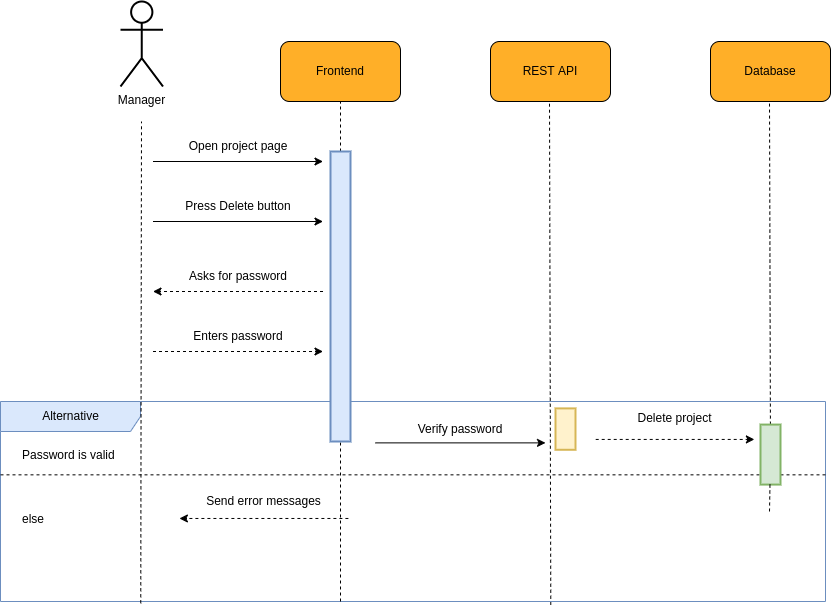
The draw.io diagram diagrams/sequence/seq-12.png in usman1100/fyp-documentation, before a commit. Source tidied: cells renumbered, new cells last; positions are measured from the earlier drawing's top-left corner, leaving out a move shared by most shapes.
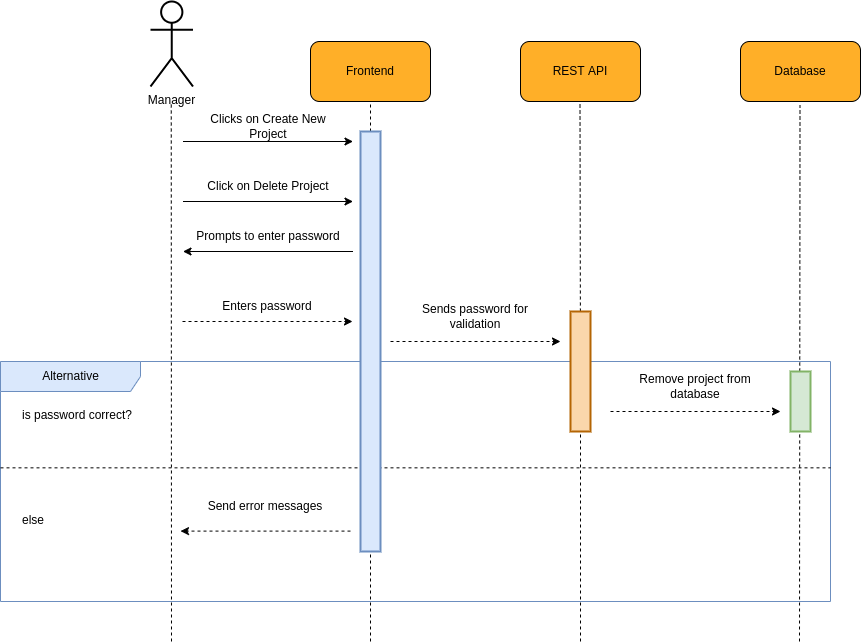
Later version of the same file.

The edit, as a diff of the source:
```diff
@@ -2,143 +2,145 @@
   <root>
     <mxCell id="0" />
     <mxCell id="1" parent="0" />
-    <mxCell id="2" style="endArrow=none;dashed=1;html=1;rounded=0;jumpSize=6;strokeWidth=1;startArrow=none;fontSize=12;exitX=0.667;exitY=1.016;exitDx=0;exitDy=0;exitPerimeter=0;" parent="1" edge="1" source="3">
-      <mxGeometry relative="1" as="geometry">
-        <mxPoint x="549" y="100" as="targetPoint" />
-      </mxGeometry>
-    </mxCell>
     <mxCell id="3" value="Alternative" style="shape=umlFrame;tabWidth=110;tabHeight=30;tabPosition=left;html=1;boundedLbl=1;labelInHeader=1;width=140;height=30;fillColor=#dae8fc;fontSize=12;strokeWidth=1;strokeColor=#6c8ebf;" parent="1" vertex="1">
-      <mxGeometry y="400" width="825" height="200" as="geometry" />
+      <mxGeometry x="-150" y="120" width="830" height="240" as="geometry" />
     </mxCell>
-    <mxCell id="4" value="Password is valid" style="text;fillColor=none;fontSize=12;" parent="3" vertex="1">
-      <mxGeometry width="100" height="20" relative="1" as="geometry">
-        <mxPoint x="20" y="40" as="offset" />
-      </mxGeometry>
-    </mxCell>
+    <mxCell id="37" value="is password correct?" style="text;fillColor=none;fontSize=12;" parent="3" vertex="1">
+      <mxGeometry width="100" height="20" relative="1" as="geometry">
+        <mxPoint x="20" y="40" as="offset" />
+      </mxGeometry>
+    </mxCell>
     <mxCell id="5" value="else" style="line;strokeWidth=1;dashed=1;labelPosition=center;verticalLabelPosition=bottom;align=left;verticalAlign=top;spacingLeft=20;spacingTop=15;fillColor=none;fontSize=12;" parent="3" vertex="1">
-      <mxGeometry y="57.3" width="825" height="32.1" as="geometry" />
+      <mxGeometry y="83.1" width="830" height="46.5" as="geometry" />
     </mxCell>
-    <mxCell id="6" style="endArrow=classic;html=1;rounded=0;strokeWidth=1;jumpSize=6;fontSize=12;dashed=1;" parent="3" edge="1">
-      <mxGeometry relative="1" as="geometry">
-        <mxPoint x="595.2" y="37.9" as="sourcePoint" />
-        <mxPoint x="753.9" y="37.9" as="targetPoint" />
-      </mxGeometry>
-    </mxCell>
-    <mxCell id="7" value="&lt;span style=&quot;background-color: rgb(255 , 255 , 255)&quot;&gt;Delete project&lt;/span&gt;" style="text;html=1;strokeColor=none;fillColor=none;align=center;verticalAlign=middle;whiteSpace=wrap;rounded=0;fontSize=12;" parent="3" vertex="1">
-      <mxGeometry x="600" y="6.9" width="149.1" height="20.7" as="geometry" />
-    </mxCell>
-    <mxCell id="8" style="endArrow=classic;html=1;rounded=0;strokeWidth=1;jumpSize=6;fontSize=12;dashed=1;" parent="3" edge="1">
-      <mxGeometry relative="1" as="geometry">
-        <mxPoint x="347.9" y="117" as="sourcePoint" />
-        <mxPoint x="178.9" y="117" as="targetPoint" />
-      </mxGeometry>
-    </mxCell>
+    <mxCell id="38" style="endArrow=classic;html=1;rounded=0;strokeWidth=1;jumpSize=6;fontSize=12;dashed=1;" parent="3" edge="1">
+      <mxGeometry relative="1" as="geometry">
+        <mxPoint x="610" y="50" as="sourcePoint" />
+        <mxPoint x="780" y="50" as="targetPoint" />
+      </mxGeometry>
+    </mxCell>
+    <mxCell id="39" value="&lt;span style=&quot;background-color: rgb(255 , 255 , 255)&quot;&gt;Remove project from database&lt;/span&gt;" style="text;html=1;strokeColor=none;fillColor=none;align=center;verticalAlign=middle;whiteSpace=wrap;rounded=0;fontSize=12;" parent="3" vertex="1">
+      <mxGeometry x="620" y="10" width="150" height="30" as="geometry" />
+    </mxCell>
+    <mxCell id="40" style="endArrow=classic;html=1;rounded=0;strokeWidth=1;jumpSize=6;fontSize=12;dashed=1;" parent="3" edge="1">
+      <mxGeometry relative="1" as="geometry">
+        <mxPoint x="350" y="169.6" as="sourcePoint" />
+        <mxPoint x="180" y="169.6" as="targetPoint" />
+      </mxGeometry>
+    </mxCell>
     <mxCell id="9" value="&lt;span style=&quot;background-color: rgb(255 , 255 , 255)&quot;&gt;Send error messages&lt;/span&gt;" style="text;html=1;strokeColor=none;fillColor=none;align=center;verticalAlign=middle;whiteSpace=wrap;rounded=0;fontSize=12;" parent="3" vertex="1">
-      <mxGeometry x="188.9" y="89.4" width="149.1" height="20.7" as="geometry" />
+      <mxGeometry x="190" y="129.6" width="150" height="30" as="geometry" />
     </mxCell>
-    <mxCell id="10" value="&lt;span style=&quot;background-color: rgb(255 , 255 , 255)&quot;&gt;Verify password&lt;/span&gt;" style="text;html=1;strokeColor=none;fillColor=none;align=center;verticalAlign=middle;whiteSpace=wrap;rounded=0;fontSize=12;" parent="3" vertex="1">
-      <mxGeometry x="385" y="17.2" width="150" height="20.7" as="geometry" />
-    </mxCell>
-    <mxCell id="11" style="endArrow=classic;html=1;rounded=0;strokeWidth=1;jumpSize=6;fontSize=12;" parent="3" edge="1">
-      <mxGeometry relative="1" as="geometry">
-        <mxPoint x="375" y="41.4" as="sourcePoint" />
-        <mxPoint x="545" y="41.4" as="targetPoint" />
-      </mxGeometry>
-    </mxCell>
-    <mxCell id="12" style="rounded=0;whiteSpace=wrap;html=1;fontSize=12;strokeWidth=2;fillColor=#fff2cc;strokeColor=#d6b656;" parent="3" vertex="1">
-      <mxGeometry x="555" y="6.9" width="20" height="41.4" as="geometry" />
-    </mxCell>
-    <mxCell id="13" style="group;fontSize=12;" parent="1" vertex="1">
-      <mxGeometry x="280" y="40" width="120" height="60" as="geometry" />
-    </mxCell>
-    <mxCell id="14" style="rounded=1;whiteSpace=wrap;html=1;fillColor=#FFAF28;fontSize=12;" parent="13" vertex="1">
-      <mxGeometry width="120" height="60" as="geometry" />
-    </mxCell>
+    <mxCell id="41" style="group;fontSize=12;" parent="1" vertex="1">
+      <mxGeometry x="160" y="-200" width="120" height="60" as="geometry" />
+    </mxCell>
+    <mxCell id="42" style="rounded=1;whiteSpace=wrap;html=1;fillColor=#FFAF28;fontSize=12;" parent="41" vertex="1">
+      <mxGeometry width="120" height="60" as="geometry" />
+    </mxCell>
-    <mxCell id="15" value="&lt;font style=&quot;font-size: 12px;&quot;&gt;Frontend&lt;/font&gt;" style="text;html=1;strokeColor=none;fillColor=none;align=center;verticalAlign=middle;whiteSpace=wrap;rounded=0;fontSize=12;" parent="13" vertex="1">
+    <mxCell id="15" value="&lt;font style=&quot;font-size: 12px;&quot;&gt;Frontend&lt;/font&gt;" style="text;html=1;strokeColor=none;fillColor=none;align=center;verticalAlign=middle;whiteSpace=wrap;rounded=0;fontSize=12;" parent="41" vertex="1">
       <mxGeometry x="30" y="15" width="60" height="30" as="geometry" />
     </mxCell>
-    <mxCell id="16" style="group;fontSize=12;" parent="1" vertex="1">
-      <mxGeometry x="490" y="40" width="120" height="60" as="geometry" />
-    </mxCell>
-    <mxCell id="17" style="rounded=1;whiteSpace=wrap;html=1;fillColor=#FFAF28;fontSize=12;" parent="16" vertex="1">
-      <mxGeometry width="120" height="60" as="geometry" />
-    </mxCell>
+    <mxCell id="43" style="group;fontSize=12;" parent="1" vertex="1">
+      <mxGeometry x="370" y="-200" width="120" height="60" as="geometry" />
+    </mxCell>
+    <mxCell id="44" style="rounded=1;whiteSpace=wrap;html=1;fillColor=#FFAF28;fontSize=12;" parent="43" vertex="1">
+      <mxGeometry width="120" height="60" as="geometry" />
+    </mxCell>
-    <mxCell id="18" value="&lt;font style=&quot;font-size: 12px;&quot;&gt;REST API&lt;/font&gt;" style="text;html=1;strokeColor=none;fillColor=none;align=center;verticalAlign=middle;whiteSpace=wrap;rounded=0;fontSize=12;" parent="16" vertex="1">
+    <mxCell id="18" value="&lt;font style=&quot;font-size: 12px;&quot;&gt;REST API&lt;/font&gt;" style="text;html=1;strokeColor=none;fillColor=none;align=center;verticalAlign=middle;whiteSpace=wrap;rounded=0;fontSize=12;" parent="43" vertex="1">
       <mxGeometry x="30" y="15" width="60" height="30" as="geometry" />
     </mxCell>
-    <mxCell id="19" style="endArrow=none;dashed=1;html=1;rounded=0;entryX=0.5;entryY=1;entryDx=0;entryDy=0;jumpSize=6;strokeWidth=1;fontSize=12;" parent="1" edge="1" target="14">
-      <mxGeometry relative="1" as="geometry">
-        <mxPoint x="340" y="600" as="sourcePoint" />
-      </mxGeometry>
-    </mxCell>
+    <mxCell id="45" style="endArrow=none;dashed=1;html=1;rounded=0;entryX=0.5;entryY=1;entryDx=0;entryDy=0;jumpSize=6;strokeWidth=1;fontSize=12;" parent="1" edge="1" target="42">
+      <mxGeometry relative="1" as="geometry">
+        <mxPoint x="220" y="400" as="sourcePoint" />
+      </mxGeometry>
+    </mxCell>
+    <mxCell id="46" style="endArrow=none;dashed=1;html=1;rounded=0;entryX=0.5;entryY=1;entryDx=0;entryDy=0;jumpSize=6;strokeWidth=1;startArrow=none;fontSize=12;" parent="1" edge="1" source="51">
+      <mxGeometry relative="1" as="geometry">
+        <mxPoint x="429.5" y="-140" as="targetPoint" />
+      </mxGeometry>
+    </mxCell>
     <mxCell id="20" value="Manager" style="shape=umlActor;verticalLabelPosition=bottom;verticalAlign=top;html=1;rounded=1;strokeWidth=2;fontSize=12;" parent="1" vertex="1">
-      <mxGeometry x="120" width="42.5" height="85" as="geometry" />
+      <mxGeometry y="-240" width="42.5" height="85" as="geometry" />
     </mxCell>
-    <mxCell id="21" style="endArrow=none;dashed=1;html=1;rounded=0;jumpSize=6;strokeWidth=1;fontSize=12;exitX=0.17;exitY=1.009;exitDx=0;exitDy=0;exitPerimeter=0;" parent="1" edge="1" source="3">
-      <mxGeometry relative="1" as="geometry">
-        <mxPoint x="141" y="120" as="targetPoint" />
-      </mxGeometry>
-    </mxCell>
-    <mxCell id="22" style="rounded=0;whiteSpace=wrap;html=1;fontSize=12;strokeWidth=2;fillColor=#dae8fc;strokeColor=#6c8ebf;" parent="1" vertex="1">
-      <mxGeometry x="330" y="150" width="20" height="290" as="geometry" />
-    </mxCell>
-    <mxCell id="23" style="group;fontSize=12;" parent="1" vertex="1">
-      <mxGeometry x="710" y="40" width="120" height="60" as="geometry" />
-    </mxCell>
-    <mxCell id="24" style="rounded=1;whiteSpace=wrap;html=1;fillColor=#FFAF28;fontSize=12;" parent="23" vertex="1">
-      <mxGeometry width="120" height="60" as="geometry" />
-    </mxCell>
+    <mxCell id="47" style="endArrow=none;dashed=1;html=1;rounded=0;entryX=0.5;entryY=1;entryDx=0;entryDy=0;jumpSize=6;strokeWidth=1;fontSize=12;" parent="1" edge="1">
+      <mxGeometry relative="1" as="geometry">
+        <mxPoint x="21" y="400" as="sourcePoint" />
+        <mxPoint x="20.8" y="-140" as="targetPoint" />
+      </mxGeometry>
+    </mxCell>
+    <mxCell id="48" style="endArrow=classic;html=1;rounded=0;strokeWidth=1;jumpSize=6;fontSize=12;" parent="1" edge="1">
+      <mxGeometry relative="1" as="geometry">
+        <mxPoint x="32.5" y="-100" as="sourcePoint" />
+        <mxPoint x="202.5" y="-100" as="targetPoint" />
+      </mxGeometry>
+    </mxCell>
+    <mxCell id="49" value="&lt;span style=&quot;background-color: rgb(255 , 255 , 255) ; font-size: 12px&quot;&gt;Clicks on Create New Project&lt;/span&gt;" style="text;html=1;strokeColor=none;fillColor=none;align=center;verticalAlign=middle;whiteSpace=wrap;rounded=0;fontSize=12;" parent="1" vertex="1">
+      <mxGeometry x="42.5" y="-130" width="150" height="30" as="geometry" />
+    </mxCell>
+    <mxCell id="50" style="rounded=0;whiteSpace=wrap;html=1;fontSize=12;strokeWidth=2;fillColor=#dae8fc;strokeColor=#6c8ebf;" parent="1" vertex="1">
+      <mxGeometry x="210" y="-110" width="20" height="420" as="geometry" />
+    </mxCell>
+    <mxCell id="51" style="rounded=0;whiteSpace=wrap;html=1;fontSize=12;strokeWidth=2;fillColor=#fad7ac;strokeColor=#b46504;" parent="1" vertex="1">
+      <mxGeometry x="420" y="70" width="20" height="120" as="geometry" />
+    </mxCell>
+    <mxCell id="52" style="endArrow=none;dashed=1;html=1;rounded=0;entryX=0.5;entryY=1;entryDx=0;entryDy=0;jumpSize=6;strokeWidth=1;fontSize=12;" parent="1" edge="1" target="51">
+      <mxGeometry relative="1" as="geometry">
+        <mxPoint x="430" y="400" as="sourcePoint" />
+      </mxGeometry>
+    </mxCell>
+    <mxCell id="53" style="group;fontSize=12;" parent="1" vertex="1">
+      <mxGeometry x="590" y="-200" width="120" height="60" as="geometry" />
+    </mxCell>
+    <mxCell id="54" style="rounded=1;whiteSpace=wrap;html=1;fillColor=#FFAF28;fontSize=12;" parent="53" vertex="1">
+      <mxGeometry width="120" height="60" as="geometry" />
+    </mxCell>
-    <mxCell id="25" value="&lt;font style=&quot;font-size: 12px&quot;&gt;Database&lt;/font&gt;" style="text;html=1;strokeColor=none;fillColor=none;align=center;verticalAlign=middle;whiteSpace=wrap;rounded=0;fontSize=12;" parent="23" vertex="1">
+    <mxCell id="25" value="&lt;font style=&quot;font-size: 12px&quot;&gt;Database&lt;/font&gt;" style="text;html=1;strokeColor=none;fillColor=none;align=center;verticalAlign=middle;whiteSpace=wrap;rounded=0;fontSize=12;" parent="53" vertex="1">
       <mxGeometry x="30" y="15" width="60" height="30" as="geometry" />
     </mxCell>
-    <mxCell id="26" style="endArrow=none;dashed=1;html=1;rounded=0;jumpSize=6;strokeWidth=1;fontSize=12;startArrow=none;" parent="1" edge="1" source="35">
-      <mxGeometry relative="1" as="geometry">
-        <mxPoint x="769" y="100" as="targetPoint" />
-      </mxGeometry>
-    </mxCell>
-    <mxCell id="27" style="endArrow=classic;html=1;rounded=0;strokeWidth=1;jumpSize=6;fontSize=12;" parent="1" edge="1">
-      <mxGeometry relative="1" as="geometry">
-        <mxPoint x="152.5" y="160" as="sourcePoint" />
-        <mxPoint x="322.5" y="160" as="targetPoint" />
-      </mxGeometry>
-    </mxCell>
-    <mxCell id="28" value="&lt;span style=&quot;background-color: rgb(255 , 255 , 255)&quot;&gt;Open project page&lt;/span&gt;" style="text;html=1;strokeColor=none;fillColor=none;align=center;verticalAlign=middle;whiteSpace=wrap;rounded=0;fontSize=12;" parent="1" vertex="1">
-      <mxGeometry x="162.5" y="130" width="150" height="30" as="geometry" />
-    </mxCell>
-    <mxCell id="29" style="endArrow=classic;html=1;rounded=0;strokeWidth=1;jumpSize=6;fontSize=12;dashed=1;" parent="1" edge="1">
-      <mxGeometry relative="1" as="geometry">
-        <mxPoint x="322.5" y="290" as="sourcePoint" />
-        <mxPoint x="152.5" y="290" as="targetPoint" />
-      </mxGeometry>
-    </mxCell>
-    <mxCell id="30" value="&lt;span style=&quot;background-color: rgb(255 , 255 , 255)&quot;&gt;Asks for password&lt;/span&gt;" style="text;html=1;strokeColor=none;fillColor=none;align=center;verticalAlign=middle;whiteSpace=wrap;rounded=0;fontSize=12;" parent="1" vertex="1">
-      <mxGeometry x="162.5" y="260" width="150" height="30" as="geometry" />
-    </mxCell>
-    <mxCell id="31" style="endArrow=classic;html=1;rounded=0;strokeWidth=1;jumpSize=6;fontSize=12;" parent="1" edge="1">
-      <mxGeometry relative="1" as="geometry">
-        <mxPoint x="152.5" y="220" as="sourcePoint" />
-        <mxPoint x="322.5" y="220" as="targetPoint" />
-      </mxGeometry>
-    </mxCell>
-    <mxCell id="32" value="&lt;span style=&quot;background-color: rgb(255 , 255 , 255)&quot;&gt;Press Delete button&lt;/span&gt;" style="text;html=1;strokeColor=none;fillColor=none;align=center;verticalAlign=middle;whiteSpace=wrap;rounded=0;fontSize=12;" parent="1" vertex="1">
-      <mxGeometry x="162.5" y="190" width="150" height="30" as="geometry" />
-    </mxCell>
-    <mxCell id="33" style="endArrow=classic;html=1;rounded=0;strokeWidth=1;jumpSize=6;fontSize=12;dashed=1;" parent="1" edge="1">
-      <mxGeometry relative="1" as="geometry">
-        <mxPoint x="152.5" y="350" as="sourcePoint" />
-        <mxPoint x="322.5" y="350" as="targetPoint" />
-      </mxGeometry>
-    </mxCell>
+    <mxCell id="55" style="endArrow=none;dashed=1;html=1;rounded=0;entryX=0.5;entryY=1;entryDx=0;entryDy=0;jumpSize=6;strokeWidth=1;fontSize=12;startArrow=none;" parent="1" edge="1">
+      <mxGeometry relative="1" as="geometry">
+        <mxPoint x="649" y="400" as="sourcePoint" />
+        <mxPoint x="649.5" y="-136" as="targetPoint" />
+      </mxGeometry>
+    </mxCell>
+    <mxCell id="56" style="endArrow=classic;html=1;rounded=0;strokeWidth=1;jumpSize=6;fontSize=12;" parent="1" edge="1">
+      <mxGeometry relative="1" as="geometry">
+        <mxPoint x="32.5" y="-40" as="sourcePoint" />
+        <mxPoint x="202.5" y="-40" as="targetPoint" />
+      </mxGeometry>
+    </mxCell>
+    <mxCell id="57" value="&lt;span style=&quot;background-color: rgb(255 , 255 , 255)&quot;&gt;Click on Delete Project&lt;/span&gt;" style="text;html=1;strokeColor=none;fillColor=none;align=center;verticalAlign=middle;whiteSpace=wrap;rounded=0;fontSize=12;" parent="1" vertex="1">
+      <mxGeometry x="42.5" y="-70" width="150" height="30" as="geometry" />
+    </mxCell>
+    <mxCell id="58" style="endArrow=classic;html=1;rounded=0;strokeWidth=1;jumpSize=6;fontSize=12;" parent="1" edge="1">
+      <mxGeometry relative="1" as="geometry">
+        <mxPoint x="202.5" y="10" as="sourcePoint" />
+        <mxPoint x="32.5" y="10" as="targetPoint" />
+      </mxGeometry>
+    </mxCell>
+    <mxCell id="59" value="&lt;span style=&quot;background-color: rgb(255 , 255 , 255)&quot;&gt;Prompts to enter password&lt;/span&gt;" style="text;html=1;strokeColor=none;fillColor=none;align=center;verticalAlign=middle;whiteSpace=wrap;rounded=0;fontSize=12;" parent="1" vertex="1">
+      <mxGeometry x="42.5" y="-20" width="150" height="30" as="geometry" />
+    </mxCell>
+    <mxCell id="60" style="endArrow=classic;html=1;rounded=0;strokeWidth=1;jumpSize=6;fontSize=12;dashed=1;" parent="1" edge="1">
+      <mxGeometry relative="1" as="geometry">
+        <mxPoint x="240" y="100" as="sourcePoint" />
+        <mxPoint x="410" y="100" as="targetPoint" />
+      </mxGeometry>
+    </mxCell>
+    <mxCell id="61" value="&lt;span style=&quot;background-color: rgb(255 , 255 , 255)&quot;&gt;Sends password for validation&lt;/span&gt;" style="text;html=1;strokeColor=none;fillColor=none;align=center;verticalAlign=middle;whiteSpace=wrap;rounded=0;fontSize=12;" parent="1" vertex="1">
+      <mxGeometry x="250" y="60" width="150" height="30" as="geometry" />
+    </mxCell>
+    <mxCell id="62" style="rounded=0;whiteSpace=wrap;html=1;fontSize=12;strokeWidth=2;fillColor=#d5e8d4;strokeColor=#82b366;" parent="1" vertex="1">
+      <mxGeometry x="640" y="130" width="20" height="60" as="geometry" />
+    </mxCell>
+    <mxCell id="63" style="endArrow=classic;html=1;rounded=0;dashed=1;" parent="1" edge="1">
+      <mxGeometry relative="1" as="geometry">
+        <mxPoint x="32" y="80" as="sourcePoint" />
+        <mxPoint x="202" y="80" as="targetPoint" />
+      </mxGeometry>
+    </mxCell>
-    <mxCell id="34" value="&lt;span style=&quot;background-color: rgb(255 , 255 , 255)&quot;&gt;Enters password&lt;/span&gt;" style="text;html=1;strokeColor=none;fillColor=none;align=center;verticalAlign=middle;whiteSpace=wrap;rounded=0;fontSize=12;" parent="1" vertex="1">
-      <mxGeometry x="162.5" y="320" width="150" height="30" as="geometry" />
+    <mxCell id="34" value="Enters password" style="text;html=1;strokeColor=none;fillColor=none;align=center;verticalAlign=middle;whiteSpace=wrap;rounded=0;" parent="1" vertex="1">
+      <mxGeometry x="42" y="50" width="150" height="30" as="geometry" />
     </mxCell>
-    <mxCell id="35" style="rounded=0;whiteSpace=wrap;html=1;fontSize=12;strokeWidth=2;fillColor=#d5e8d4;strokeColor=#82b366;" parent="1" vertex="1">
-      <mxGeometry x="760" y="423.1" width="20" height="60" as="geometry" />
-    </mxCell>
-    <mxCell id="36" style="endArrow=none;dashed=1;html=1;rounded=0;jumpSize=6;strokeWidth=1;fontSize=12;startArrow=none;" parent="1" edge="1" target="35">
-      <mxGeometry relative="1" as="geometry">
-        <mxPoint x="769" y="510" as="sourcePoint" />
-      </mxGeometry>
-    </mxCell>
   </root>
 </mxGraphModel>
```
